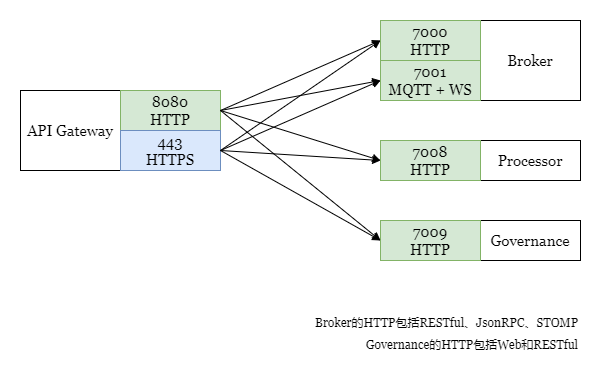
The draw.io diagram docs/image/port.png in WeBankBlockchain/WeEvent-docs, before a commit. Source tidied: cells renumbered, new cells last; positions are measured from the earlier drawing's top-left corner, leaving out a move shared by most shapes.
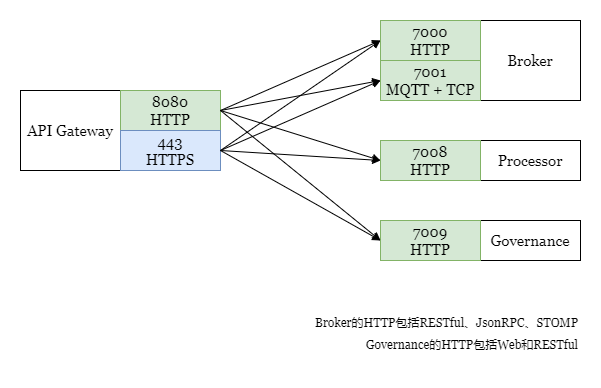
The same file after the commit.

Change to the diagram source:
```diff
@@ -23,7 +23,7 @@
     <mxCell id="8" value="7000&lt;br style=&quot;font-size: 15px&quot;&gt;HTTP" style="rounded=0;whiteSpace=wrap;html=1;fontFamily=Georgia;fontSize=15;fillColor=#d5e8d4;strokeColor=#82b366;spacingLeft=0;spacing=0;" parent="1" vertex="1">
       <mxGeometry x="360" width="100" height="40" as="geometry" />
     </mxCell>
-    <mxCell id="9" value="7001&lt;br&gt;MQTT + WS" style="rounded=0;whiteSpace=wrap;html=1;fontFamily=Georgia;fontSize=15;fillColor=#d5e8d4;strokeColor=#82b366;spacingLeft=0;spacing=0;" parent="1" vertex="1">
+    <mxCell id="9" value="7001&lt;br&gt;MQTT + TCP" style="rounded=0;whiteSpace=wrap;html=1;fontFamily=Georgia;fontSize=15;fillColor=#d5e8d4;strokeColor=#82b366;spacingLeft=0;spacing=0;" parent="1" vertex="1">
       <mxGeometry x="360" y="40" width="100" height="40" as="geometry" />
     </mxCell>
     <mxCell id="10" value="7009&lt;br style=&quot;font-size: 15px&quot;&gt;HTTP" style="rounded=0;whiteSpace=wrap;html=1;fontFamily=Georgia;fontSize=15;spacingLeft=0;spacing=0;fillColor=#d5e8d4;strokeColor=#82b366;" parent="1" vertex="1">
```
